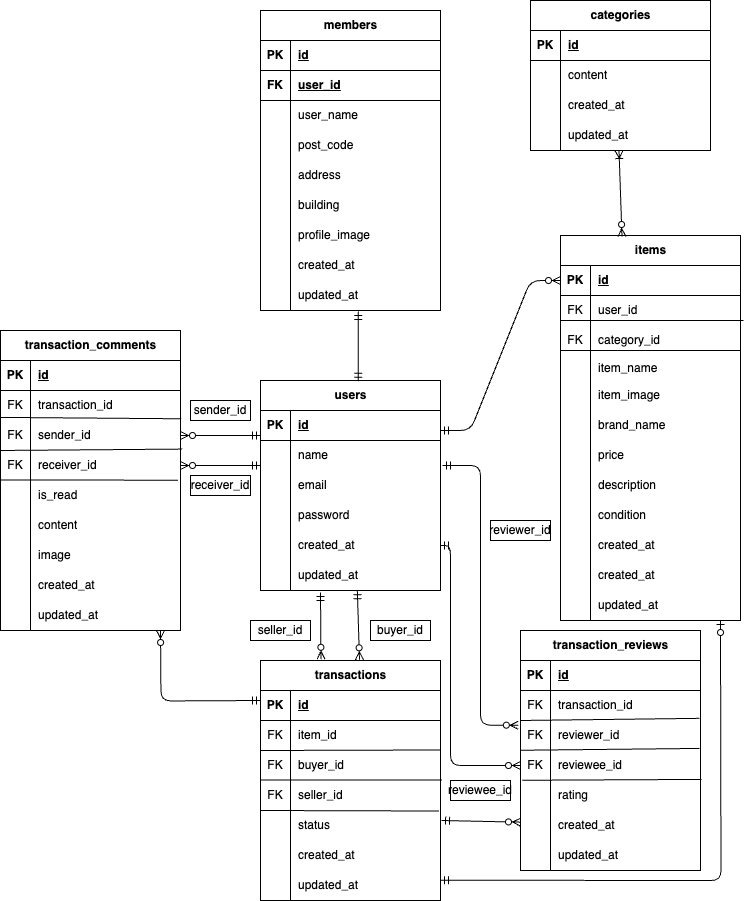
risa-prog/flea-market keeps this draw.io diagram as flea-market2.drawio.png. Above is the earlier version. Source tidied: cells renumbered, new cells last; positions are measured from the earlier drawing's top-left corner, leaving out a move shared by most shapes.
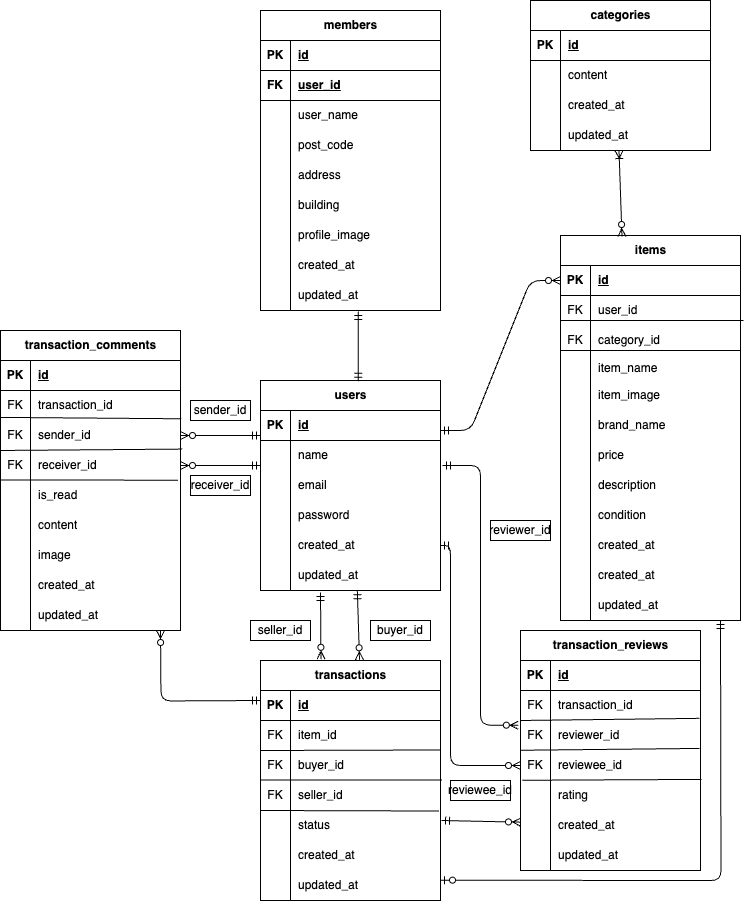
Above is the later version.

Commit message:
データの更新

What changed in the source:
```diff
@@ -505,11 +505,6 @@
         <mxPoint x="260" y="810" as="sourcePoint" />
       </mxGeometry>
     </mxCell>
-    <mxCell id="166" style="endArrow=none;html=1;rounded=0;entryX=0.994;entryY=-0.069;entryDx=0;entryDy=0;entryPerimeter=0;" parent="1" edge="1" target="x">
-      <mxGeometry relative="1" as="geometry">
-        <mxPoint x="550" y="750" as="sourcePoint" />
-      </mxGeometry>
-    </mxCell>
     <mxCell id="167" value="categories" style="shape=table;startSize=30;rowLines=0;fontStyle=1;align=center;html=1;" parent="1" vertex="1">
       <mxGeometry x="530" width="180" height="150" as="geometry" />
     </mxCell>
@@ -599,7 +594,7 @@
     <mxCell id="190" value="sender_id" style="rounded=0;whiteSpace=wrap;html=1;" parent="1" vertex="1">
       <mxGeometry x="190" y="400" width="60" height="20" as="geometry" />
     </mxCell>
-    <mxCell id="191" style="edgeStyle=orthogonalEdgeStyle;fontSize=12;html=1;endArrow=ERzeroToOne;startArrow=ERmandOne;" parent="1" edge="1">
+    <mxCell id="191" style="edgeStyle=orthogonalEdgeStyle;fontSize=12;html=1;endArrow=ERmandOne;startArrow=ERzeroToOne;startFill=0;endFill=0;" parent="1" edge="1">
       <mxGeometry relative="1" as="geometry">
         <mxPoint x="440" y="879.6" as="sourcePoint" />
         <mxPoint x="720" y="620" as="targetPoint" />
```
